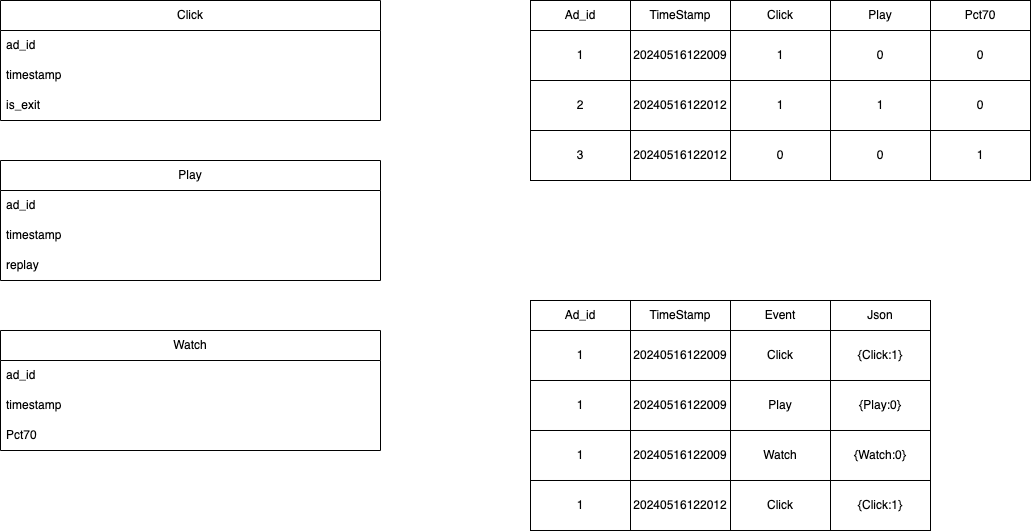
This is netflix_schema_design.drawio.png from sophiekeke/casestudy, a draw.io export, as it was before one commit. Source tidied: cells renumbered, new cells last; positions are measured from the earlier drawing's top-left corner, leaving out a move shared by most shapes.
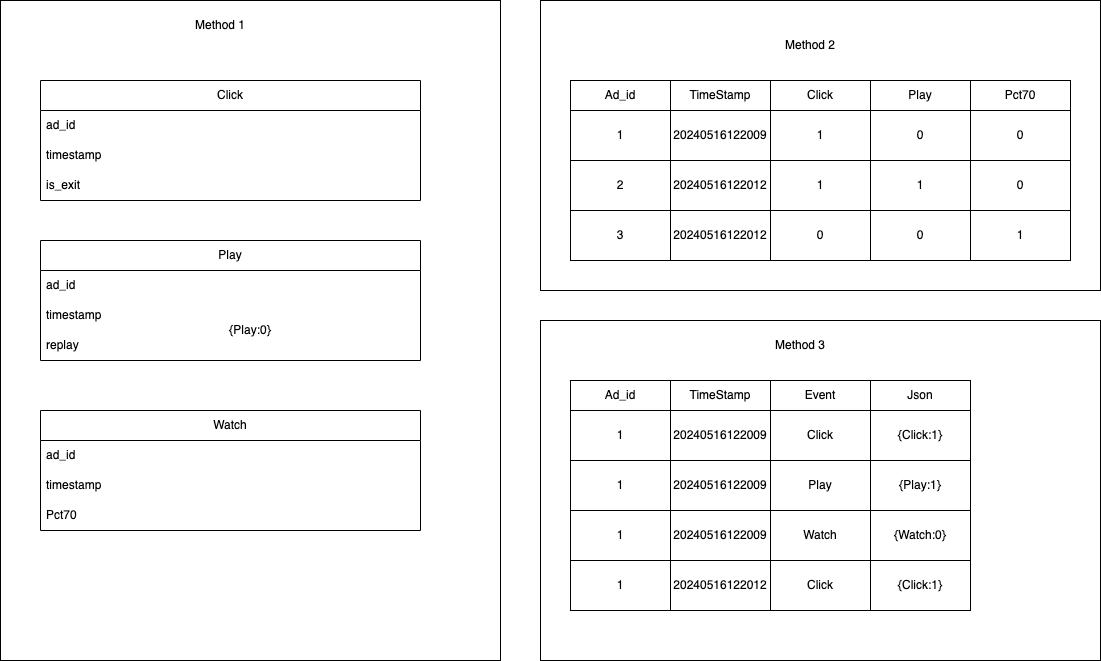
The same diagram one commit later.

Commit message:
netflix schema design

pros and cons

Change to the diagram source:
```diff
@@ -2,6 +2,15 @@
   <root>
     <mxCell id="0" />
     <mxCell id="1" parent="0" />
+    <mxCell id="54" style="rounded=0;whiteSpace=wrap;html=1;" parent="1" vertex="1">
+      <mxGeometry x="500" y="240" width="560" height="340" as="geometry" />
+    </mxCell>
+    <mxCell id="55" style="rounded=0;whiteSpace=wrap;html=1;" parent="1" vertex="1">
+      <mxGeometry x="500" y="-80" width="560" height="290" as="geometry" />
+    </mxCell>
+    <mxCell id="44" value="{Play:0}" style="rounded=0;whiteSpace=wrap;html=1;" parent="1" vertex="1">
+      <mxGeometry x="-40" y="-80" width="500" height="660" as="geometry" />
+    </mxCell>
     <mxCell id="2" value="Click" style="swimlane;fontStyle=0;horizontal=1;startSize=30;whiteSpace=wrap;html=1;" parent="1" vertex="1">
       <mxGeometry width="380" height="120" as="geometry" />
     </mxCell>
@@ -128,9 +137,6 @@
     <mxCell id="43" value="20240516122009" style="rounded=0;whiteSpace=wrap;html=1;" parent="1" vertex="1">
       <mxGeometry x="630" y="380" width="100" height="50" as="geometry" />
     </mxCell>
-    <mxCell id="44" value="{Play:0}" style="rounded=0;whiteSpace=wrap;html=1;" parent="1" vertex="1">
-      <mxGeometry x="830" y="380" width="100" height="50" as="geometry" />
-    </mxCell>
     <mxCell id="45" value="Play" style="rounded=0;whiteSpace=wrap;html=1;" parent="1" vertex="1">
       <mxGeometry x="730" y="380" width="100" height="50" as="geometry" />
     </mxCell>
@@ -158,5 +164,17 @@
     <mxCell id="53" value="Click" style="rounded=0;whiteSpace=wrap;html=1;" parent="1" vertex="1">
       <mxGeometry x="730" y="480" width="100" height="50" as="geometry" />
     </mxCell>
+    <mxCell id="56" value="Method 1" style="text;html=1;strokeColor=none;fillColor=none;align=center;verticalAlign=middle;whiteSpace=wrap;rounded=0;" parent="1" vertex="1">
+      <mxGeometry x="150" y="-70" width="60" height="30" as="geometry" />
+    </mxCell>
+    <mxCell id="57" value="{Play:1}" style="rounded=0;whiteSpace=wrap;html=1;" parent="1" vertex="1">
+      <mxGeometry x="830" y="380" width="100" height="50" as="geometry" />
+    </mxCell>
+    <mxCell id="58" value="Method 2" style="text;html=1;strokeColor=none;fillColor=none;align=center;verticalAlign=middle;whiteSpace=wrap;rounded=0;" parent="1" vertex="1">
+      <mxGeometry x="740" y="-50" width="60" height="30" as="geometry" />
+    </mxCell>
+    <mxCell id="59" value="Method 3" style="text;html=1;strokeColor=none;fillColor=none;align=center;verticalAlign=middle;whiteSpace=wrap;rounded=0;" parent="1" vertex="1">
+      <mxGeometry x="730" y="250" width="60" height="30" as="geometry" />
+    </mxCell>
   </root>
 </mxGraphModel>
```
